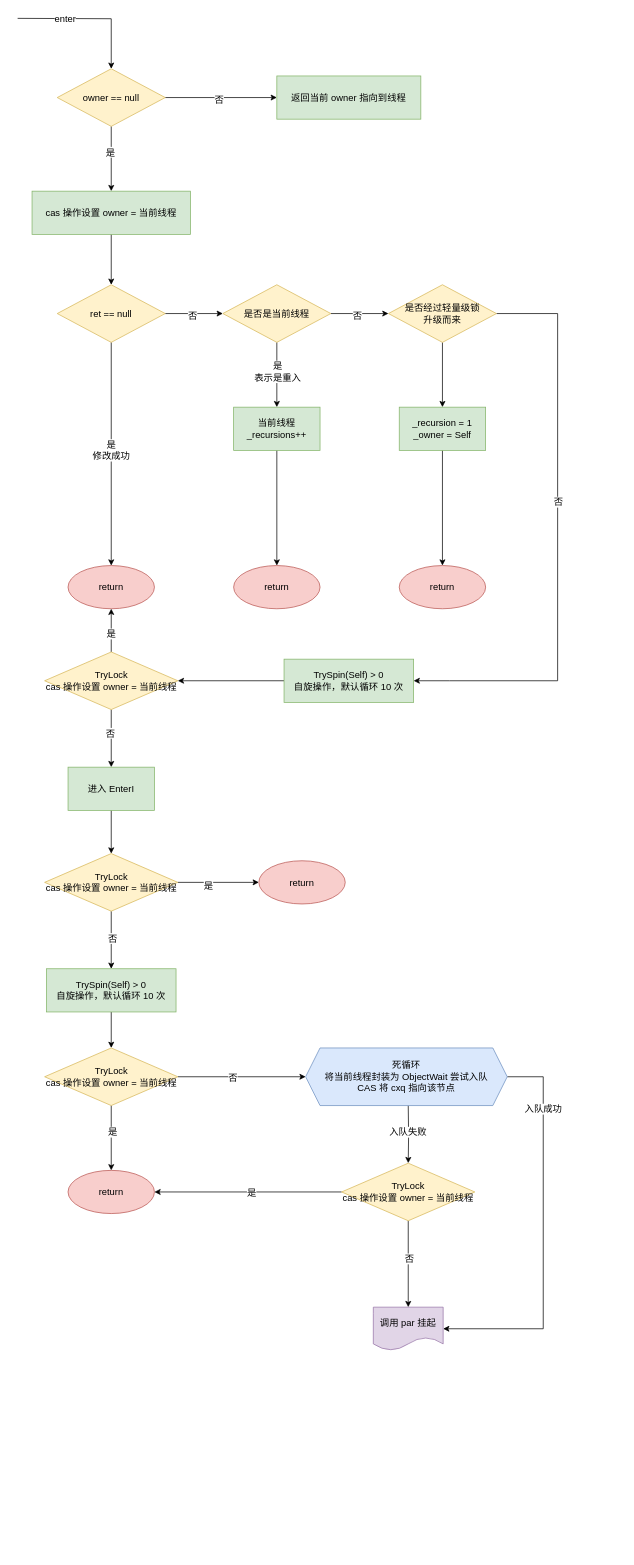
Earlier version of the draw.io diagram jvm/锁膨胀过程.drawio (thebesteric/draw.io). Source tidied: cells renumbered, new cells numbered last; positions are measured from the earlier drawing's top-left corner, leaving out a move shared by most shapes. Both pictures are drawn from the tidied source at 72%, with x=0, y=0 at pixel (17, 18).
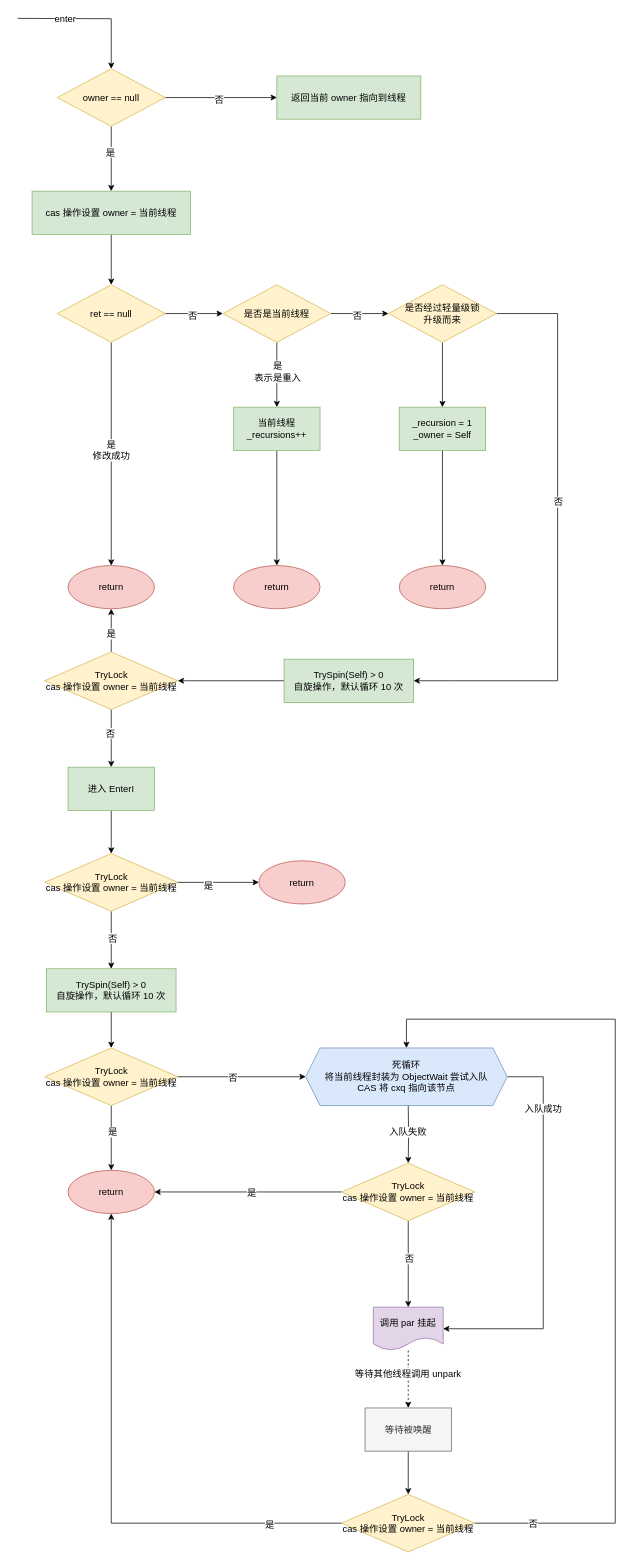
The same page after the edit.

Commit message (it also covers changes not shown here):
更新锁膨胀过程.drawio

Unchanged cells that the change refers to:
```xml
<mxCell id="54" value="调用 par&amp;nbsp;挂起" style="shape=document;whiteSpace=wrap;html=1;boundedLbl=1;labelBackgroundColor=none;fontSize=13;fillColor=#e1d5e7;strokeColor=#9673a6;" parent="1" vertex="1">
  <mxGeometry x="494" y="1790" width="97" height="60" as="geometry" />
</mxCell>
<mxCell id="61" value="return" style="ellipse;whiteSpace=wrap;html=1;fontSize=13;labelBackgroundColor=none;fillColor=#f8cecc;strokeColor=#b85450;" parent="1" vertex="1">
  <mxGeometry x="70" y="1600" width="120" height="60" as="geometry" />
</mxCell>
<mxCell id="66" value="死循环&lt;br&gt;将当前线程封装为 ObjectWait 尝试入队&lt;br&gt;CAS 将 cxq 指向该节点" style="shape=hexagon;perimeter=hexagonPerimeter2;whiteSpace=wrap;html=1;fixedSize=1;labelBackgroundColor=none;fontSize=13;fillColor=#dae8fc;strokeColor=#6c8ebf;" parent="1" vertex="1">
  <mxGeometry x="400" y="1430" width="280" height="80" as="geometry" />
</mxCell>
```

Diff of the diagram source:
```diff
@@
+    <mxCell id="67" style="edgeStyle=orthogonalEdgeStyle;rounded=0;jettySize=auto;html=1;labelBackgroundColor=none;fontSize=13;fontColor=#000000;startArrow=none;startFill=0;endArrow=classic;endFill=1;dashed=1;" parent="1" edge="1" source="54" target="70">
+      <mxGeometry relative="1" as="geometry" />
+    </mxCell>
+    <mxCell id="68" value="等待其他线程调用 unpark" style="edgeLabel;html=1;align=center;verticalAlign=middle;fontSize=13;fontColor=#000000;" parent="67" vertex="1">
+      <mxGeometry x="-0.23" y="-1" relative="1" as="geometry" />
+    </mxCell>
@@
+    <mxCell id="69" style="edgeStyle=orthogonalEdgeStyle;rounded=0;jettySize=auto;html=1;exitX=0.5;exitY=1;exitDx=0;exitDy=0;labelBackgroundColor=none;fontSize=13;fontColor=#000000;startArrow=none;startFill=0;endArrow=classic;endFill=1;" parent="1" edge="1" source="70" target="75">
+      <mxGeometry relative="1" as="geometry" />
+    </mxCell>
+    <mxCell id="70" value="等待被唤醒" style="whiteSpace=wrap;html=1;fontSize=13;fillColor=#f5f5f5;strokeColor=#666666;labelBackgroundColor=none;fontColor=#333333;" parent="1" vertex="1">
+      <mxGeometry x="482.5" y="1930" width="120" height="60" as="geometry" />
+    </mxCell>
+    <mxCell id="71" style="edgeStyle=orthogonalEdgeStyle;rounded=0;jettySize=auto;html=1;exitX=0;exitY=0.5;exitDx=0;exitDy=0;labelBackgroundColor=none;fontSize=13;fontColor=#000000;startArrow=none;startFill=0;endArrow=classic;endFill=1;" parent="1" edge="1" source="75" target="61">
+      <mxGeometry relative="1" as="geometry" />
+    </mxCell>
+    <mxCell id="72" value="是" style="edgeLabel;html=1;align=center;verticalAlign=middle;fontSize=13;fontColor=#000000;" parent="71" vertex="1">
+      <mxGeometry x="-0.73" y="1" relative="1" as="geometry" />
+    </mxCell>
+    <mxCell id="73" style="edgeStyle=orthogonalEdgeStyle;rounded=0;jettySize=auto;html=1;exitX=1;exitY=0.5;exitDx=0;exitDy=0;labelBackgroundColor=none;fontSize=13;fontColor=#000000;startArrow=none;startFill=0;endArrow=classic;endFill=1;entryX=0.5;entryY=0;entryDx=0;entryDy=0;" parent="1" edge="1" source="75" target="66">
+      <mxGeometry relative="1" as="geometry">
+        <Array as="points">
+          <mxPoint x="830" y="2090" />
+          <mxPoint x="830" y="1390" />
+          <mxPoint x="540" y="1390" />
+        </Array>
+      </mxGeometry>
+    </mxCell>
+    <mxCell id="74" value="否" style="edgeLabel;html=1;align=center;verticalAlign=middle;fontSize=13;fontColor=#000000;" parent="73" vertex="1">
+      <mxGeometry x="-0.87" relative="1" as="geometry" />
+    </mxCell>
+    <mxCell id="75" value="TryLock&lt;br&gt;cas 操作设置 owner = 当前线程" style="rhombus;whiteSpace=wrap;html=1;fontSize=13;fillColor=#fff2cc;labelBackgroundColor=none;strokeColor=#d6b656;" parent="1" vertex="1">
+      <mxGeometry x="450" y="2050" width="185" height="80" as="geometry" />
+    </mxCell>
```
